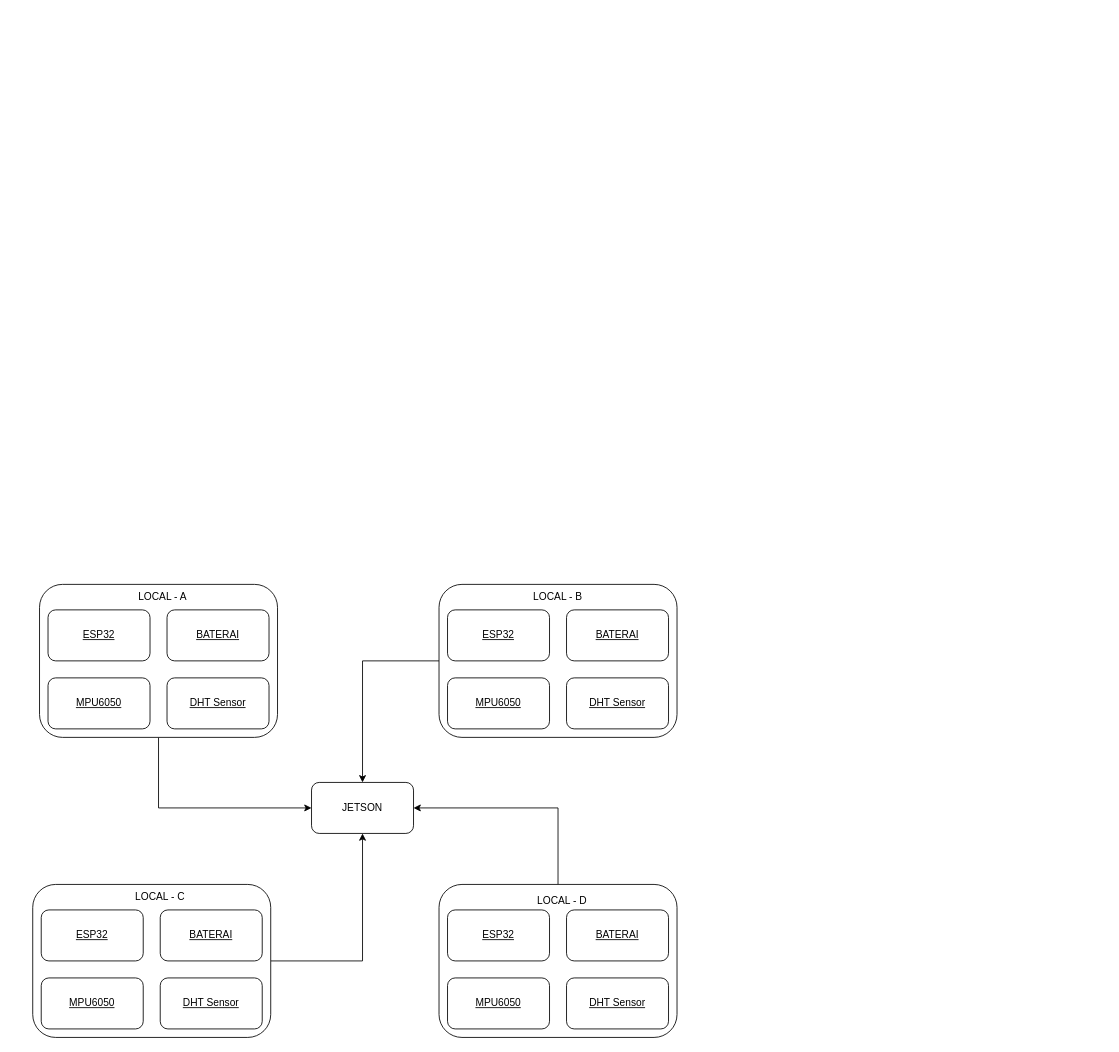
Above: doc/roadmap/structural-health.drawio in robotjaol/shms_v1 (draw.io), before the change. Source tidied: cells renumbered, new cells numbered last; positions are measured from the earlier drawing's top-left corner, leaving out a move shared by most shapes. Both pictures are drawn from the tidied source at 85%, with x=0, y=0 at pixel (32, 584).
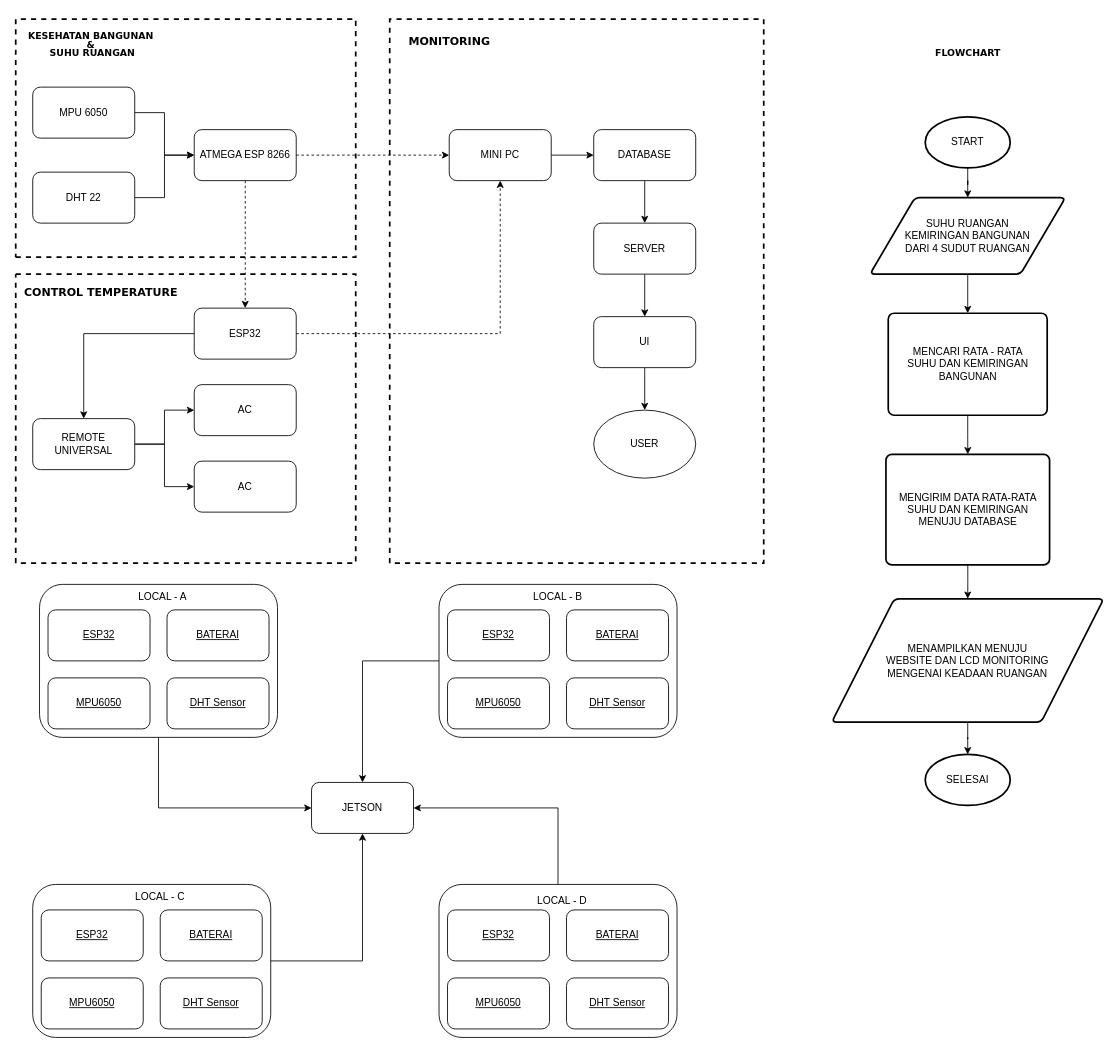
After the change.

The edit, as a diff of the source:
```diff
@@
+    <mxCell id="31" style="edgeStyle=orthogonalEdgeStyle;rounded=0;jettySize=auto;html=1;exitX=1;exitY=0.5;exitDx=0;exitDy=0;entryX=0;entryY=0.5;entryDx=0;entryDy=0;" parent="1" edge="1" source="32" target="37">
+      <mxGeometry relative="1" as="geometry" />
+    </mxCell>
+    <mxCell id="32" value="DHT 22" style="rounded=1;whiteSpace=wrap;html=1;" parent="1" vertex="1">
+      <mxGeometry y="-485" width="120" height="60" as="geometry" />
+    </mxCell>
+    <mxCell id="33" style="edgeStyle=orthogonalEdgeStyle;rounded=0;jettySize=auto;html=1;exitX=1;exitY=0.5;exitDx=0;exitDy=0;entryX=0;entryY=0.5;entryDx=0;entryDy=0;" parent="1" edge="1" source="34" target="37">
+      <mxGeometry relative="1" as="geometry" />
+    </mxCell>
+    <mxCell id="34" value="MPU 6050" style="rounded=1;whiteSpace=wrap;html=1;" parent="1" vertex="1">
+      <mxGeometry y="-585" width="120" height="60" as="geometry" />
+    </mxCell>
+    <mxCell id="35" style="edgeStyle=orthogonalEdgeStyle;rounded=0;jettySize=auto;html=1;exitX=0.5;exitY=1;exitDx=0;exitDy=0;dashed=1;" parent="1" edge="1" source="37">
+      <mxGeometry relative="1" as="geometry">
+        <mxPoint x="250" y="-325" as="targetPoint" />
+      </mxGeometry>
+    </mxCell>
+    <mxCell id="36" style="edgeStyle=orthogonalEdgeStyle;rounded=0;jettySize=auto;html=1;exitX=1;exitY=0.5;exitDx=0;exitDy=0;entryX=0;entryY=0.5;entryDx=0;entryDy=0;dashed=1;" parent="1" edge="1" source="37" target="39">
+      <mxGeometry relative="1" as="geometry" />
+    </mxCell>
+    <mxCell id="37" value="ATMEGA ESP 8266" style="rounded=1;whiteSpace=wrap;html=1;" parent="1" vertex="1">
+      <mxGeometry x="190" y="-535" width="120" height="60" as="geometry" />
+    </mxCell>
+    <mxCell id="38" style="edgeStyle=orthogonalEdgeStyle;rounded=0;jettySize=auto;html=1;entryX=0;entryY=0.5;entryDx=0;entryDy=0;" parent="1" edge="1" source="39" target="49">
+      <mxGeometry relative="1" as="geometry" />
+    </mxCell>
+    <mxCell id="39" value="MINI PC" style="rounded=1;whiteSpace=wrap;html=1;" parent="1" vertex="1">
+      <mxGeometry x="490" y="-535" width="120" height="60" as="geometry" />
+    </mxCell>
+    <mxCell id="40" style="edgeStyle=orthogonalEdgeStyle;rounded=0;jettySize=auto;html=1;exitX=0;exitY=0.5;exitDx=0;exitDy=0;entryX=0.5;entryY=0;entryDx=0;entryDy=0;" parent="1" edge="1" source="42" target="45">
+      <mxGeometry relative="1" as="geometry" />
+    </mxCell>
+    <mxCell id="41" style="edgeStyle=orthogonalEdgeStyle;rounded=0;jettySize=auto;html=1;exitX=1;exitY=0.5;exitDx=0;exitDy=0;entryX=0.5;entryY=1;entryDx=0;entryDy=0;dashed=1;" parent="1" edge="1" source="42" target="39">
+      <mxGeometry relative="1" as="geometry" />
+    </mxCell>
+    <mxCell id="42" value="ESP32" style="rounded=1;whiteSpace=wrap;html=1;" parent="1" vertex="1">
+      <mxGeometry x="190" y="-325" width="120" height="60" as="geometry" />
+    </mxCell>
+    <mxCell id="43" style="edgeStyle=orthogonalEdgeStyle;rounded=0;jettySize=auto;html=1;exitX=1;exitY=0.5;exitDx=0;exitDy=0;entryX=0;entryY=0.5;entryDx=0;entryDy=0;" parent="1" edge="1" source="45" target="46">
+      <mxGeometry relative="1" as="geometry" />
+    </mxCell>
+    <mxCell id="44" style="edgeStyle=orthogonalEdgeStyle;rounded=0;jettySize=auto;html=1;exitX=1;exitY=0.5;exitDx=0;exitDy=0;entryX=0;entryY=0.5;entryDx=0;entryDy=0;" parent="1" edge="1" source="45" target="47">
+      <mxGeometry relative="1" as="geometry" />
+    </mxCell>
+    <mxCell id="45" value="REMOTE UNIVERSAL" style="rounded=1;whiteSpace=wrap;html=1;" parent="1" vertex="1">
+      <mxGeometry y="-195" width="120" height="60" as="geometry" />
+    </mxCell>
+    <mxCell id="46" value="AC" style="rounded=1;whiteSpace=wrap;html=1;" parent="1" vertex="1">
+      <mxGeometry x="190" y="-235" width="120" height="60" as="geometry" />
+    </mxCell>
+    <mxCell id="47" value="AC" style="rounded=1;whiteSpace=wrap;html=1;" parent="1" vertex="1">
+      <mxGeometry x="190" y="-145" width="120" height="60" as="geometry" />
+    </mxCell>
+    <mxCell id="48" style="edgeStyle=orthogonalEdgeStyle;rounded=0;jettySize=auto;html=1;exitX=0.5;exitY=1;exitDx=0;exitDy=0;entryX=0.5;entryY=0;entryDx=0;entryDy=0;" parent="1" edge="1" source="49" target="51">
+      <mxGeometry relative="1" as="geometry" />
+    </mxCell>
+    <mxCell id="49" value="DATABASE" style="rounded=1;whiteSpace=wrap;html=1;" parent="1" vertex="1">
+      <mxGeometry x="660" y="-535" width="120" height="60" as="geometry" />
+    </mxCell>
+    <mxCell id="50" style="edgeStyle=orthogonalEdgeStyle;rounded=0;jettySize=auto;html=1;" parent="1" edge="1" source="51" target="53">
+      <mxGeometry relative="1" as="geometry" />
+    </mxCell>
+    <mxCell id="51" value="SERVER" style="rounded=1;whiteSpace=wrap;html=1;" parent="1" vertex="1">
+      <mxGeometry x="660" y="-425" width="120" height="60" as="geometry" />
+    </mxCell>
+    <mxCell id="52" style="edgeStyle=orthogonalEdgeStyle;rounded=0;jettySize=auto;html=1;" parent="1" edge="1" source="53" target="54">
+      <mxGeometry relative="1" as="geometry" />
+    </mxCell>
+    <mxCell id="53" value="UI" style="rounded=1;whiteSpace=wrap;html=1;" parent="1" vertex="1">
+      <mxGeometry x="660" y="-315" width="120" height="60" as="geometry" />
+    </mxCell>
+    <mxCell id="54" value="USER" style="ellipse;whiteSpace=wrap;html=1;" parent="1" vertex="1">
+      <mxGeometry x="660" y="-205" width="120" height="80" as="geometry" />
+    </mxCell>
+    <mxCell id="55" style="endArrow=none;html=1;strokeWidth=2;rounded=0;dashed=1;" parent="1" edge="1">
+      <mxGeometry relative="1" as="geometry">
+        <mxPoint x="860" y="-665" as="sourcePoint" />
+        <mxPoint x="860" y="-665" as="targetPoint" />
+        <Array as="points">
+          <mxPoint x="860" y="-25" />
+          <mxPoint x="420" y="-25" />
+          <mxPoint x="420" y="-665" />
+        </Array>
+      </mxGeometry>
+    </mxCell>
+    <mxCell id="56" style="endArrow=none;html=1;strokeWidth=2;rounded=0;dashed=1;" parent="1" edge="1">
+      <mxGeometry relative="1" as="geometry">
+        <mxPoint x="-20" y="-365" as="sourcePoint" />
+        <mxPoint x="-20" y="-365" as="targetPoint" />
+        <Array as="points">
+          <mxPoint x="380" y="-365" />
+          <mxPoint x="380" y="-25" />
+          <mxPoint x="-20" y="-25" />
+        </Array>
+      </mxGeometry>
+    </mxCell>
+    <mxCell id="57" value="&lt;h2&gt;&lt;b&gt;&lt;font face=&quot;Verdana&quot; style=&quot;font-size: 13px;&quot;&gt;CONTROL TEMPERATURE&lt;/font&gt;&lt;/b&gt;&lt;/h2&gt;" style="text;html=1;align=center;verticalAlign=middle;strokeColor=none;fillColor=none;" parent="1" vertex="1">
+      <mxGeometry x="-20" y="-375" width="200" height="60" as="geometry" />
+    </mxCell>
+    <mxCell id="58" style="endArrow=none;dashed=1;html=1;rounded=0;strokeWidth=2;" parent="1" edge="1">
+      <mxGeometry relative="1" as="geometry">
+        <mxPoint x="-20" y="-385" as="sourcePoint" />
+        <mxPoint x="-20" y="-385" as="targetPoint" />
+        <Array as="points">
+          <mxPoint x="380" y="-385" />
+          <mxPoint x="380" y="-665" />
+          <mxPoint x="-20" y="-665" />
+        </Array>
+      </mxGeometry>
+    </mxCell>
+    <mxCell id="59" value="&lt;h2 style=&quot;line-height: 0%; font-size: 11px;&quot;&gt;&lt;font face=&quot;Verdana&quot; style=&quot;font-size: 11px;&quot;&gt;&lt;span style=&quot;font-size: 11px;&quot;&gt;KESEHATAN BANGUNAN&amp;nbsp;&lt;/span&gt;&lt;/font&gt;&lt;/h2&gt;&lt;h2 style=&quot;line-height: 0%; font-size: 11px;&quot;&gt;&lt;font face=&quot;Verdana&quot; style=&quot;font-size: 11px;&quot;&gt;&lt;span style=&quot;font-size: 11px;&quot;&gt;&amp;amp;&amp;nbsp;&lt;/span&gt;&lt;/font&gt;&lt;/h2&gt;&lt;h2 style=&quot;line-height: 0%; font-size: 11px;&quot;&gt;&lt;font face=&quot;Verdana&quot; style=&quot;font-size: 11px;&quot;&gt;&lt;span style=&quot;font-size: 11px;&quot;&gt;SUHU RUANGAN&lt;/span&gt;&lt;/font&gt;&lt;/h2&gt;" style="text;html=1;align=center;verticalAlign=middle;strokeColor=none;fillColor=none;fontSize=11;" parent="1" vertex="1">
+      <mxGeometry x="-20" y="-660" width="180" height="50" as="geometry" />
+    </mxCell>
+    <mxCell id="60" value="&lt;h2&gt;&lt;b&gt;&lt;font face=&quot;Verdana&quot; style=&quot;font-size: 13px;&quot;&gt;MONITORING&lt;/font&gt;&lt;/b&gt;&lt;/h2&gt;" style="text;html=1;align=center;verticalAlign=middle;strokeColor=none;fillColor=none;" parent="1" vertex="1">
+      <mxGeometry x="430" y="-670" width="120" height="60" as="geometry" />
+    </mxCell>
+    <mxCell id="61" value="&lt;h2 style=&quot;line-height: 0%; font-size: 11px;&quot;&gt;&lt;font face=&quot;Verdana&quot;&gt;FLOWCHART&lt;/font&gt;&lt;/h2&gt;" style="text;html=1;align=center;verticalAlign=middle;strokeColor=none;fillColor=none;fontSize=11;" parent="1" vertex="1">
+      <mxGeometry x="1050" y="-640" width="100" height="30" as="geometry" />
+    </mxCell>
+    <mxCell id="62" style="edgeStyle=orthogonalEdgeStyle;rounded=0;jettySize=auto;html=1;" parent="1" edge="1" source="63" target="65">
+      <mxGeometry relative="1" as="geometry" />
+    </mxCell>
+    <mxCell id="63" value="START" style="strokeWidth=2;html=1;shape=mxgraph.flowchart.start_1;whiteSpace=wrap;" parent="1" vertex="1">
+      <mxGeometry x="1050" y="-550" width="100" height="60" as="geometry" />
+    </mxCell>
+    <mxCell id="64" style="edgeStyle=orthogonalEdgeStyle;rounded=0;jettySize=auto;html=1;" parent="1" edge="1" source="65" target="67">
+      <mxGeometry relative="1" as="geometry" />
+    </mxCell>
+    <mxCell id="65" value="SUHU RUANGAN&lt;div&gt;KEMIRINGAN BANGUNAN&lt;br&gt;DARI 4 SUDUT RUANGAN&lt;/div&gt;" style="shape=parallelogram;html=1;strokeWidth=2;perimeter=parallelogramPerimeter;whiteSpace=wrap;rounded=1;arcSize=12;size=0.23;" parent="1" vertex="1">
+      <mxGeometry x="985" y="-455" width="230" height="90" as="geometry" />
+    </mxCell>
+    <mxCell id="66" style="edgeStyle=orthogonalEdgeStyle;rounded=0;jettySize=auto;html=1;" parent="1" edge="1" source="67" target="69">
+      <mxGeometry relative="1" as="geometry" />
+    </mxCell>
+    <mxCell id="67" value="MENCARI RATA - RATA&lt;div&gt;SUHU DAN KEMIRINGAN BANGUNAN&lt;/div&gt;" style="rounded=1;whiteSpace=wrap;html=1;absoluteArcSize=1;arcSize=14;strokeWidth=2;" parent="1" vertex="1">
+      <mxGeometry x="1006.5" y="-319" width="187" height="120" as="geometry" />
+    </mxCell>
+    <mxCell id="68" style="edgeStyle=orthogonalEdgeStyle;rounded=0;jettySize=auto;html=1;" parent="1" edge="1" source="69" target="71">
+      <mxGeometry relative="1" as="geometry" />
+    </mxCell>
+    <mxCell id="69" value="MENGIRIM DATA RATA-RATA SUHU DAN KEMIRINGAN MENUJU DATABASE" style="rounded=1;whiteSpace=wrap;html=1;absoluteArcSize=1;arcSize=14;strokeWidth=2;" parent="1" vertex="1">
+      <mxGeometry x="1003.8" y="-153" width="192.5" height="130" as="geometry" />
+    </mxCell>
+    <mxCell id="70" style="edgeStyle=orthogonalEdgeStyle;rounded=0;jettySize=auto;html=1;" parent="1" edge="1" source="71" target="72">
+      <mxGeometry relative="1" as="geometry" />
+    </mxCell>
+    <mxCell id="71" value="MENAMPILKAN MENUJU&lt;div&gt;WEBSITE DAN LCD MONITORING&lt;/div&gt;&lt;div&gt;MENGENAI KEADAAN RUANGAN&lt;/div&gt;" style="shape=parallelogram;html=1;strokeWidth=2;perimeter=parallelogramPerimeter;whiteSpace=wrap;rounded=1;arcSize=12;size=0.23;" parent="1" vertex="1">
+      <mxGeometry x="940" y="17" width="320" height="145" as="geometry" />
+    </mxCell>
+    <mxCell id="72" value="SELESAI" style="strokeWidth=2;html=1;shape=mxgraph.flowchart.start_1;whiteSpace=wrap;" parent="1" vertex="1">
+      <mxGeometry x="1050" y="200" width="100" height="60" as="geometry" />
+    </mxCell>
```
